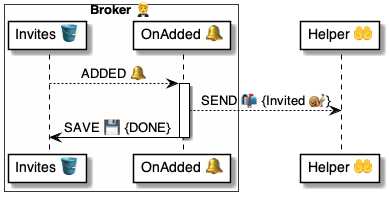
Before: 4 ⚙️ Solution/20 🧑‍🦰 UI/Brokers 🤵/🤵🪣 Broker tables/Invites 🤲 table/🪣🧱 4 Added 🔔/🤵 OnInviteAdded ⚙️ uml.png, a diagram exported from PlantUML (pollyweb-org/pollyweb-docs). Its source is kept beside it as 4 ⚙️ Solution/20 🧑‍🦰 UI/Brokers 🤵/🤵🪣 Broker tables/Invites 🤲 table/🪣🧱 4 Added 🔔/🤵 OnInviteAdded ⚙️ uml.puml. The source it was exported from:
```plantuml
@startuml OnInviteAdded

box "Broker 🤵" #FFFFFA
    participant "Invites 🪣" as invites
    participant "OnAdded 🔔" as broker
end box
participant "Helper 🤲" as helper



invites --> broker: ADDED 🔔

activate broker
    broker --> helper: SEND 📬 {Invited 🐌}
    broker -> invites: SAVE 💾 {DONE}
deactivate broker

@enduml
```
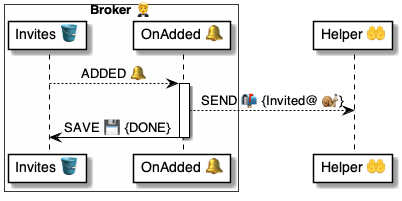
The same diagram one commit later.

The edit, as a diff of the source:
```diff
@@ -11,7 +11,7 @@
 invites --> broker: ADDED 🔔
 
 activate broker
-    broker --> helper: SEND 📬 {Invited 🐌}
+    broker --> helper: SEND 📬 {Invited@ 🐌}
     broker -> invites: SAVE 💾 {DONE}
 deactivate broker
 
```
